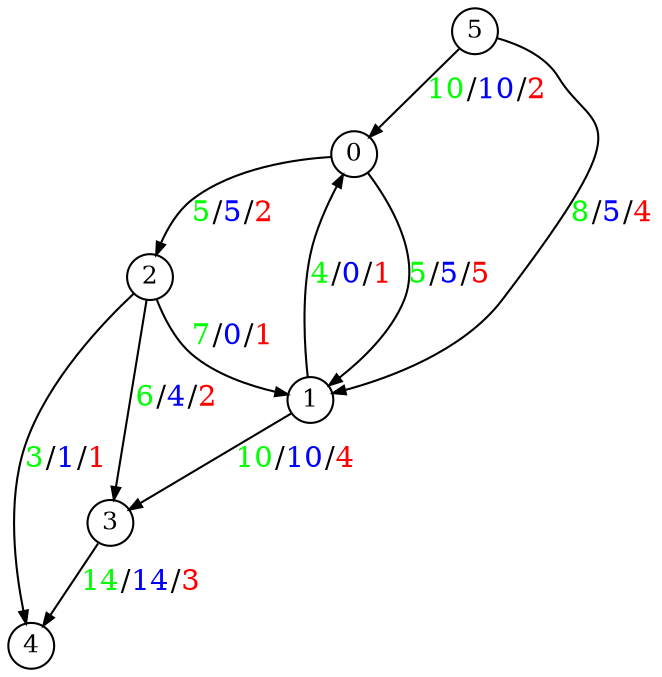
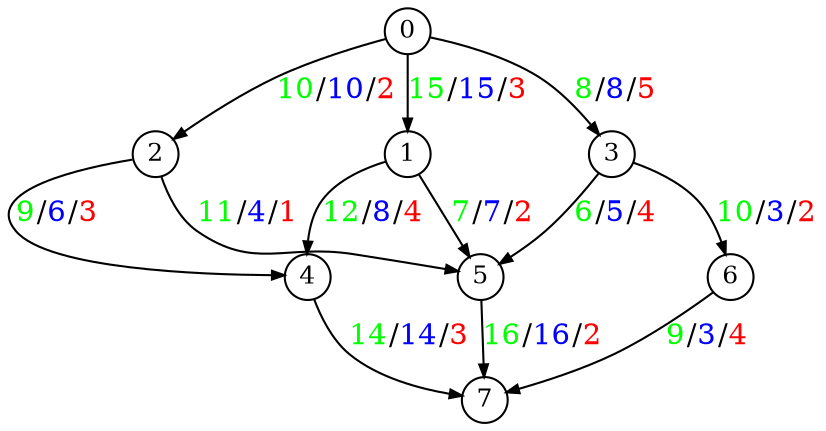
digraph G{
  graph [nodesep="0.3", ranksep="0.3",fontsize=12]
  node [shape=circle,fixedsize=true,width=.3,height=.3,fontsize=12]
  edge [arrowsize=0.6]

-   0 -> 1 [label = <<font color="green">5</font>/<font color="blue">5</font>/<font color="red">5</font>>]
-   0 -> 2 [label = <<font color="green">5</font>/<font color="blue">5</font>/<font color="red">2</font>>]
-   1 -> 0 [label = <<font color="green">4</font>/<font color="blue">0</font>/<font color="red">1</font>>]
-   1 -> 3 [label = <<font color="green">10</font>/<font color="blue">10</font>/<font color="red">4</font>>]
-   2 -> 1 [label = <<font color="green">7</font>/<font color="blue">0</font>/<font color="red">1</font>>]
-   2 -> 3 [label = <<font color="green">6</font>/<font color="blue">4</font>/<font color="red">2</font>>]
-   2 -> 4 [label = <<font color="green">3</font>/<font color="blue">1</font>/<font color="red">1</font>>]
-   3 -> 4 [label = <<font color="green">14</font>/<font color="blue">14</font>/<font color="red">3</font>>]
-   5 -> 0 [label = <<font color="green">10</font>/<font color="blue">10</font>/<font color="red">2</font>>]
-   5 -> 1 [label = <<font color="green">8</font>/<font color="blue">5</font>/<font color="red">4</font>>]
+   0 -> 1 [label = <<font color="green">15</font>/<font color="blue">15</font>/<font color="red">3</font>>]
+   0 -> 2 [label = <<font color="green">10</font>/<font color="blue">10</font>/<font color="red">2</font>>]
+   0 -> 3 [label = <<font color="green">8</font>/<font color="blue">8</font>/<font color="red">5</font>>]
+   1 -> 4 [label = <<font color="green">12</font>/<font color="blue">8</font>/<font color="red">4</font>>]
+   1 -> 5 [label = <<font color="green">7</font>/<font color="blue">7</font>/<font color="red">2</font>>]
+   2 -> 4 [label = <<font color="green">9</font>/<font color="blue">6</font>/<font color="red">3</font>>]
+   2 -> 5 [label = <<font color="green">11</font>/<font color="blue">4</font>/<font color="red">1</font>>]
+   3 -> 5 [label = <<font color="green">6</font>/<font color="blue">5</font>/<font color="red">4</font>>]
+   3 -> 6 [label = <<font color="green">10</font>/<font color="blue">3</font>/<font color="red">2</font>>]
+   4 -> 7 [label = <<font color="green">14</font>/<font color="blue">14</font>/<font color="red">3</font>>]
+   5 -> 7 [label = <<font color="green">16</font>/<font color="blue">16</font>/<font color="red">2</font>>]
+   6 -> 7 [label = <<font color="green">9</font>/<font color="blue">3</font>/<font color="red">4</font>>]
}